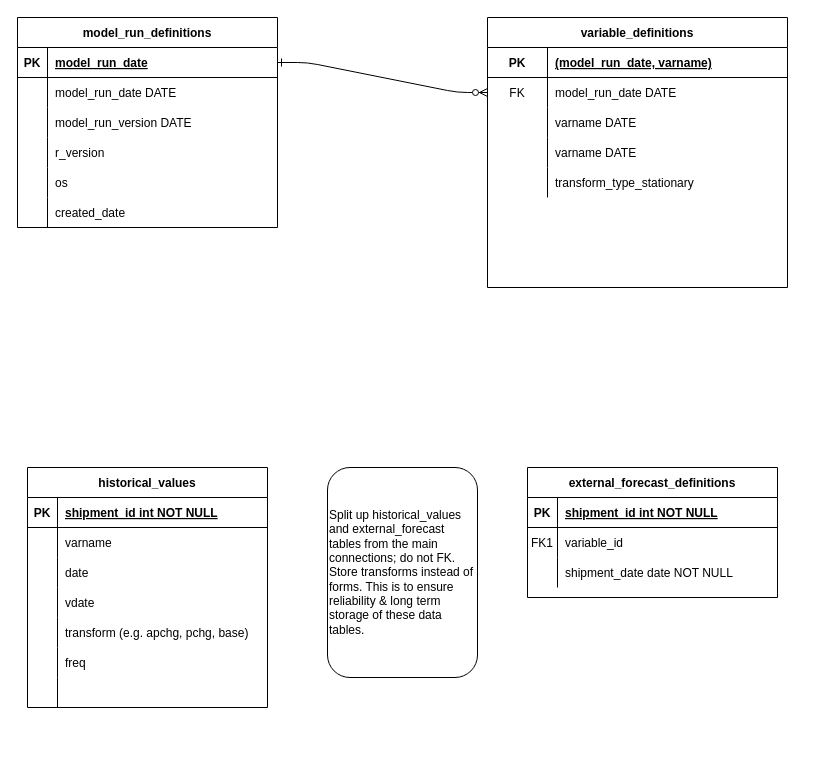
Above: documentation-templates/database-structure.drawio in bongohead/econforecasting-r (draw.io), before the change. Source tidied: cells renumbered, new cells numbered last; positions are measured from the earlier drawing's top-left corner, leaving out a move shared by most shapes. Both pictures are drawn from the tidied source at 100%, with x=0, y=0 at pixel (17, 17).
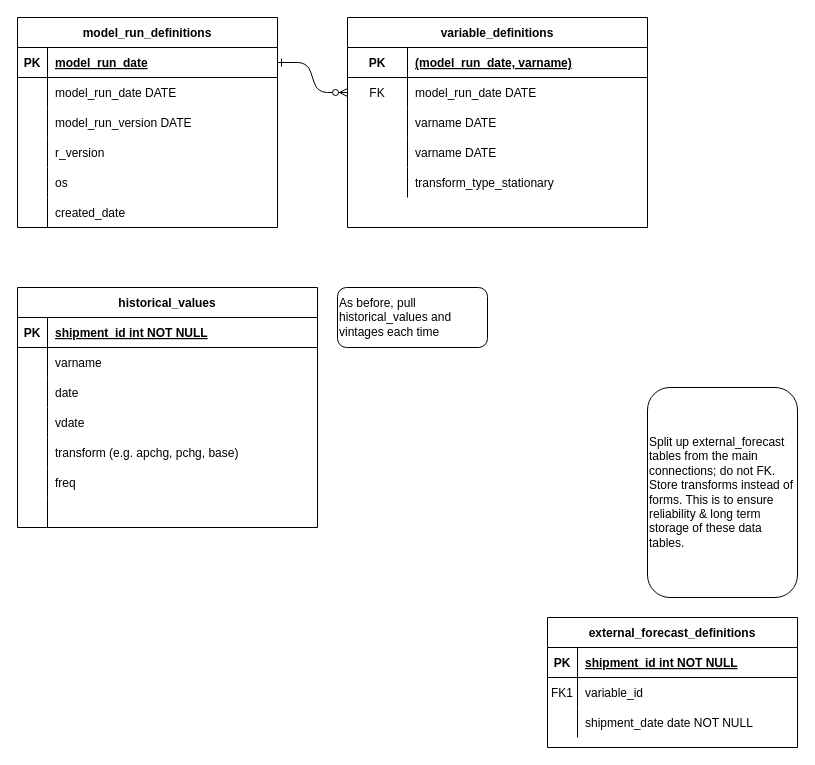
The same page after the edit.

Change to the diagram source:
```diff
@@
     <mxCell id="3" value="variable_definitions" style="shape=table;startSize=30;childLayout=tableLayout;rowLines=0;fontStyle=1;align=center;" parent="1" vertex="1">
-      <mxGeometry x="470" width="300" height="270" as="geometry" />
+      <mxGeometry x="330" width="300" height="210" as="geometry" />
     </mxCell>
@@
     <mxCell id="19" value="external_forecast_definitions" style="shape=table;startSize=30;childLayout=tableLayout;rowLines=0;fontStyle=1;align=center;" parent="1" vertex="1">
-      <mxGeometry x="510" y="450" width="250" height="130" as="geometry" />
+      <mxGeometry x="530" y="600" width="250" height="130" as="geometry" />
     </mxCell>
@@
     <mxCell id="48" value="historical_values" style="shape=table;startSize=30;childLayout=tableLayout;rowLines=0;fontStyle=1;align=center;" parent="1" vertex="1">
-      <mxGeometry x="10" y="450" width="240" height="240" as="geometry" />
+      <mxGeometry y="270" width="300" height="240" as="geometry" />
     </mxCell>
     <mxCell id="49" style="shape=partialRectangle;fillColor=none;top=0;left=0;right=0;bottom=1;" parent="48" vertex="1">
-      <mxGeometry y="30" width="240" height="30" as="geometry" />
+      <mxGeometry y="30" width="300" height="30" as="geometry" />
     </mxCell>
@@
     <mxCell id="51" value="shipment_id int NOT NULL " style="shape=partialRectangle;overflow=hidden;fillColor=none;top=0;left=0;bottom=0;right=0;align=left;spacingLeft=6;fontStyle=5;" parent="49" vertex="1">
-      <mxGeometry x="30" width="210" height="30" as="geometry" />
+      <mxGeometry x="30" width="270" height="30" as="geometry" />
     </mxCell>
     <mxCell id="52" style="shape=partialRectangle;fillColor=none;top=0;left=0;right=0;bottom=0;" parent="48" vertex="1">
-      <mxGeometry y="60" width="240" height="30" as="geometry" />
+      <mxGeometry y="60" width="300" height="30" as="geometry" />
     </mxCell>
@@
     <mxCell id="54" value="varname" style="shape=partialRectangle;overflow=hidden;fillColor=none;top=0;left=0;bottom=0;right=0;align=left;spacingLeft=6;" parent="52" vertex="1">
-      <mxGeometry x="30" width="210" height="30" as="geometry" />
+      <mxGeometry x="30" width="270" height="30" as="geometry" />
     </mxCell>
     <mxCell id="55" style="shape=partialRectangle;fillColor=none;top=0;left=0;right=0;bottom=0;" parent="48" vertex="1">
-      <mxGeometry y="90" width="240" height="30" as="geometry" />
+      <mxGeometry y="90" width="300" height="30" as="geometry" />
     </mxCell>
@@
     <mxCell id="57" value="date  " style="shape=partialRectangle;overflow=hidden;fillColor=none;top=0;left=0;bottom=0;right=0;align=left;spacingLeft=6;" parent="55" vertex="1">
-      <mxGeometry x="30" width="210" height="30" as="geometry" />
+      <mxGeometry x="30" width="270" height="30" as="geometry" />
     </mxCell>
     <mxCell id="58" style="shape=partialRectangle;fillColor=none;top=0;left=0;right=0;bottom=0;" parent="48" vertex="1">
-      <mxGeometry y="120" width="240" height="30" as="geometry" />
+      <mxGeometry y="120" width="300" height="30" as="geometry" />
     </mxCell>
@@
     <mxCell id="60" value="vdate" style="shape=partialRectangle;overflow=hidden;fillColor=none;top=0;left=0;bottom=0;right=0;align=left;spacingLeft=6;" parent="58" vertex="1">
-      <mxGeometry x="30" width="210" height="30" as="geometry" />
+      <mxGeometry x="30" width="270" height="30" as="geometry" />
     </mxCell>
     <mxCell id="61" style="shape=partialRectangle;fillColor=none;top=0;left=0;right=0;bottom=0;" parent="48" vertex="1">
-      <mxGeometry y="150" width="240" height="30" as="geometry" />
+      <mxGeometry y="150" width="300" height="30" as="geometry" />
     </mxCell>
@@
     <mxCell id="63" value="transform (e.g. apchg, pchg, base)" style="shape=partialRectangle;overflow=hidden;fillColor=none;top=0;left=0;bottom=0;right=0;align=left;spacingLeft=6;" parent="61" vertex="1">
-      <mxGeometry x="30" width="210" height="30" as="geometry" />
+      <mxGeometry x="30" width="270" height="30" as="geometry" />
     </mxCell>
     <mxCell id="64" style="shape=partialRectangle;fillColor=none;top=0;left=0;right=0;bottom=0;" parent="48" vertex="1">
-      <mxGeometry y="180" width="240" height="30" as="geometry" />
+      <mxGeometry y="180" width="300" height="30" as="geometry" />
     </mxCell>
@@
     <mxCell id="66" value="freq" style="shape=partialRectangle;overflow=hidden;fillColor=none;top=0;left=0;bottom=0;right=0;align=left;spacingLeft=6;" parent="64" vertex="1">
-      <mxGeometry x="30" width="210" height="30" as="geometry" />
+      <mxGeometry x="30" width="270" height="30" as="geometry" />
     </mxCell>
     <mxCell id="67" style="shape=partialRectangle;fillColor=none;top=0;left=0;right=0;bottom=0;" parent="48" vertex="1">
-      <mxGeometry y="210" width="240" height="30" as="geometry" />
+      <mxGeometry y="210" width="300" height="30" as="geometry" />
     </mxCell>
@@
     <mxCell id="69" style="shape=partialRectangle;overflow=hidden;fillColor=none;top=0;left=0;bottom=0;right=0;align=left;spacingLeft=6;" parent="67" vertex="1">
-      <mxGeometry x="30" width="210" height="30" as="geometry" />
+      <mxGeometry x="30" width="270" height="30" as="geometry" />
     </mxCell>
-    <mxCell id="70" value="Split up historical_values and external_forecast tables from the main connections; do not FK. Store transforms instead of forms. This is to ensure reliability &amp;amp; long term storage of these data tables." style="rounded=1;whiteSpace=wrap;html=1;align=left;" parent="1" vertex="1">
-      <mxGeometry x="310" y="450" width="150" height="210" as="geometry" />
+    <mxCell id="70" value="Split up external_forecast tables from the main connections; do not FK. Store transforms instead of forms. This is to ensure reliability &amp;amp; long term storage of these data tables." style="rounded=1;whiteSpace=wrap;html=1;align=left;" parent="1" vertex="1">
+      <mxGeometry x="630" y="370" width="150" height="210" as="geometry" />
     </mxCell>
+    <mxCell id="71" value="As before, pull historical_values and vintages each time" style="rounded=1;whiteSpace=wrap;html=1;align=left;" parent="1" vertex="1">
+      <mxGeometry x="320" y="270" width="150" height="60" as="geometry" />
+    </mxCell>
```
